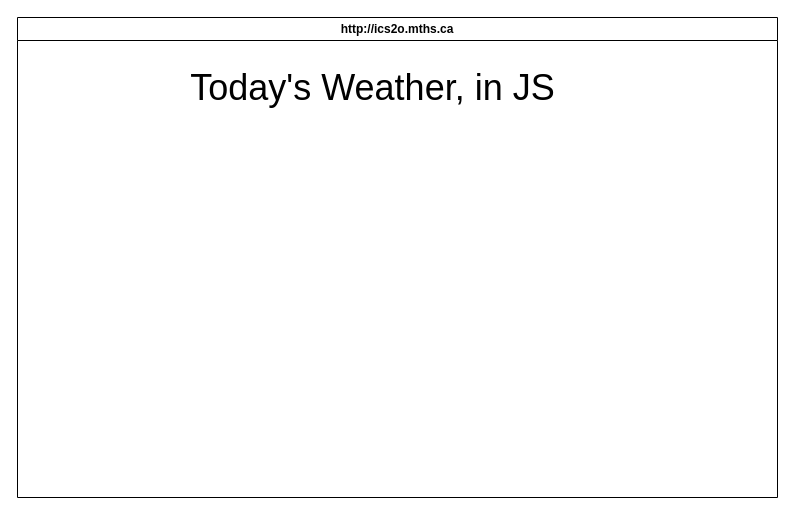
Above: design/storyboard.drawio in MTHS-ICD2O-1-2024/ICD2O-Unit-6-03-Olivia-Ten-Den (draw.io), before the change. Source tidied: cells renumbered, new cells numbered last; positions are measured from the earlier drawing's top-left corner, leaving out a move shared by most shapes. Both pictures are drawn from the tidied source at 100%, with x=0, y=0 at pixel (17, 17). Pictures stored in the file or linked from it are replaced by grey dashed boxes.
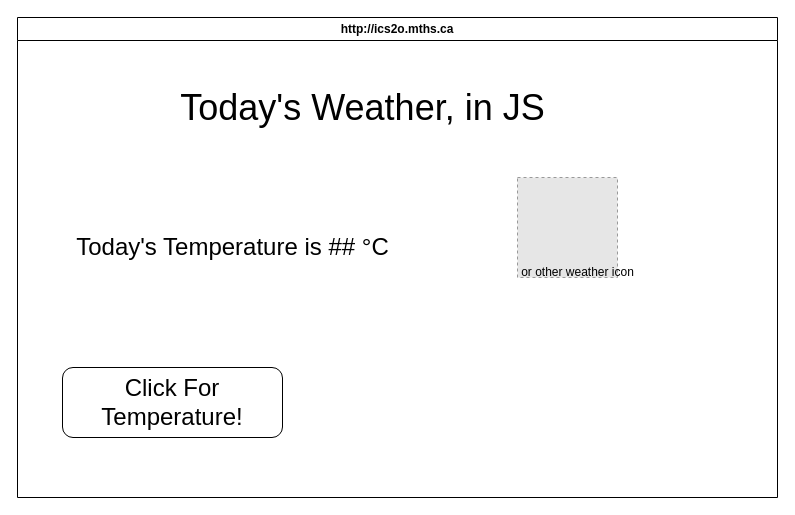
Above is the later version.

Commit message (it also covers changes not shown here):
storyboard finish

The edit, as a diff of the source:
```diff
@@
 <mxGraphModel>
   <root>
     <mxCell id="0" />
     <mxCell id="1" parent="0" />
     <mxCell id="2" value="http://ics2o.mths.ca" style="swimlane;whiteSpace=wrap;html=1;" parent="1" vertex="1">
       <mxGeometry width="760" height="480" as="geometry" />
     </mxCell>
     <mxCell id="3" value="&lt;font style=&quot;font-size: 36px;&quot;&gt;Today's Weather, in JS&lt;/font&gt;" style="text;html=1;align=center;verticalAlign=middle;strokeColor=none;fillColor=none;" parent="2" vertex="1">
-      <mxGeometry x="160" y="40" width="390" height="60" as="geometry" />
+      <mxGeometry x="150" y="60" width="390" height="60" as="geometry" />
     </mxCell>
+    <mxCell id="4" value="&lt;font style=&quot;font-size: 24px;&quot;&gt;Today's Temperature is ##&amp;nbsp;°C&lt;/font&gt;" style="text;html=1;align=center;verticalAlign=middle;strokeColor=none;fillColor=none;" parent="2" vertex="1">
+      <mxGeometry x="45" y="210" width="340" height="40" as="geometry" />
+    </mxCell>
+    <mxCell id="5" style="fillColor=#E6E6E6;strokeColor=#999999;dashed=1;verticalLabelPosition=bottom;labelBackgroundColor=default;verticalAlign=top;" parent="2" vertex="1">
+      <mxGeometry x="500" y="160" width="100" height="100" as="geometry" />
+    </mxCell>
+    <mxCell id="6" value="or other weather icon" style="text;html=1;align=center;verticalAlign=middle;strokeColor=none;fillColor=none;" parent="2" vertex="1">
+      <mxGeometry x="490" y="240" width="140" height="30" as="geometry" />
+    </mxCell>
+    <mxCell id="7" value="&lt;font style=&quot;font-size: 24px;&quot;&gt;Click For Temperature!&lt;/font&gt;" style="rounded=1;whiteSpace=wrap;html=1;" parent="2" vertex="1">
+      <mxGeometry x="45" y="350" width="220" height="70" as="geometry" />
+    </mxCell>
   </root>
 </mxGraphModel>
```
